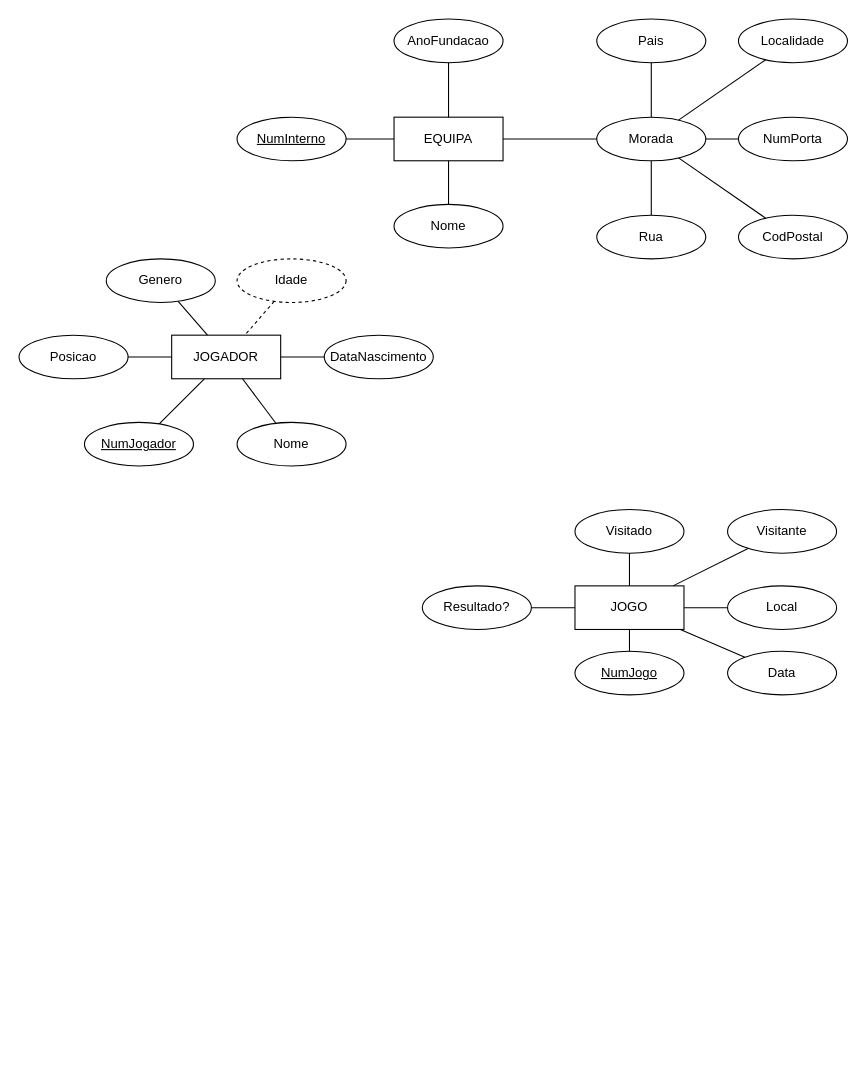
Before: Diagrama Equipas.drawio in a14469oficina/Diagrama, a draw.io diagram. Source tidied: cells renumbered, new cells numbered last; positions are measured from the earlier drawing's top-left corner, leaving out a move shared by most shapes. Both pictures are drawn from the tidied source at 109%, with x=0, y=0 at pixel (19, 19).
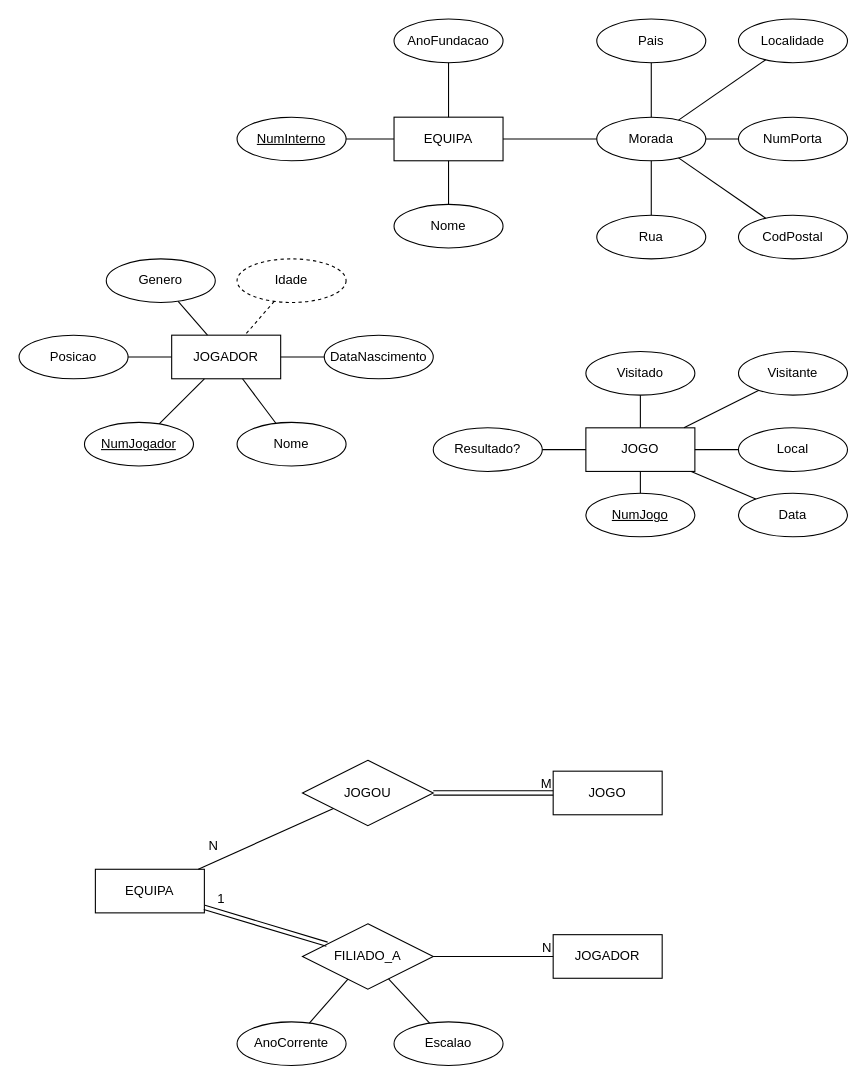
The same diagram, later.

Commit message:
Exercicio de diagramas tipo prova.drawio

What changed in the source:
```diff
@@
     <mxCell id="4" value="JOGO" style="whiteSpace=wrap;html=1;align=center;" parent="1" vertex="1">
-      <mxGeometry x="510" y="520" width="100" height="40" as="geometry" />
+      <mxGeometry x="520" y="375" width="100" height="40" as="geometry" />
     </mxCell>
@@
     <mxCell id="35" value="NumJogo" style="ellipse;whiteSpace=wrap;html=1;align=center;fontStyle=4;" parent="1" vertex="1">
-      <mxGeometry x="510" y="580" width="100" height="40" as="geometry" />
+      <mxGeometry x="520" y="435" width="100" height="40" as="geometry" />
     </mxCell>
@@
     <mxCell id="37" value="Data" style="ellipse;whiteSpace=wrap;html=1;align=center;" parent="1" vertex="1">
-      <mxGeometry x="650" y="580" width="100" height="40" as="geometry" />
+      <mxGeometry x="660" y="435" width="100" height="40" as="geometry" />
     </mxCell>
@@
     <mxCell id="39" value="Local" style="ellipse;whiteSpace=wrap;html=1;align=center;" parent="1" vertex="1">
-      <mxGeometry x="650" y="520" width="100" height="40" as="geometry" />
+      <mxGeometry x="660" y="375" width="100" height="40" as="geometry" />
     </mxCell>
@@
     <mxCell id="41" value="Visitado" style="ellipse;whiteSpace=wrap;html=1;align=center;" parent="1" vertex="1">
-      <mxGeometry x="510" y="450" width="100" height="40" as="geometry" />
+      <mxGeometry x="520" y="305" width="100" height="40" as="geometry" />
     </mxCell>
@@
     <mxCell id="43" value="Visitante" style="ellipse;whiteSpace=wrap;html=1;align=center;" parent="1" vertex="1">
-      <mxGeometry x="650" y="450" width="100" height="40" as="geometry" />
+      <mxGeometry x="660" y="305" width="100" height="40" as="geometry" />
     </mxCell>
@@
     <mxCell id="45" value="Resultado?" style="ellipse;whiteSpace=wrap;html=1;align=center;" parent="1" vertex="1">
-      <mxGeometry x="370" y="520" width="100" height="40" as="geometry" />
+      <mxGeometry x="380" y="375" width="100" height="40" as="geometry" />
     </mxCell>
@@
+    <mxCell id="47" value="JOGOU" style="shape=rhombus;perimeter=rhombusPerimeter;whiteSpace=wrap;html=1;align=center;" parent="1" vertex="1">
+      <mxGeometry x="260" y="680" width="120" height="60" as="geometry" />
+    </mxCell>
+    <mxCell id="48" value="EQUIPA" style="whiteSpace=wrap;html=1;align=center;" parent="1" vertex="1">
+      <mxGeometry x="70" y="780" width="100" height="40" as="geometry" />
+    </mxCell>
+    <mxCell id="49" value="JOGO" style="whiteSpace=wrap;html=1;align=center;" parent="1" vertex="1">
+      <mxGeometry x="490" y="690" width="100" height="40" as="geometry" />
+    </mxCell>
+    <mxCell id="50" value="FILIADO_A" style="shape=rhombus;perimeter=rhombusPerimeter;whiteSpace=wrap;html=1;align=center;" parent="1" vertex="1">
+      <mxGeometry x="260" y="830" width="120" height="60" as="geometry" />
+    </mxCell>
+    <mxCell id="51" value="JOGADOR" style="whiteSpace=wrap;html=1;align=center;" parent="1" vertex="1">
+      <mxGeometry x="490" y="840" width="100" height="40" as="geometry" />
+    </mxCell>
+    <mxCell id="52" value="AnoCorrente" style="ellipse;whiteSpace=wrap;html=1;align=center;" parent="1" vertex="1">
+      <mxGeometry x="200" y="920" width="100" height="40" as="geometry" />
+    </mxCell>
+    <mxCell id="53" value="Escalao" style="ellipse;whiteSpace=wrap;html=1;align=center;" parent="1" vertex="1">
+      <mxGeometry x="344" y="920" width="100" height="40" as="geometry" />
+    </mxCell>
+    <mxCell id="54" style="endArrow=none;html=1;rounded=0;" parent="1" edge="1" source="52" target="50">
+      <mxGeometry relative="1" as="geometry" />
+    </mxCell>
+    <mxCell id="55" style="endArrow=none;html=1;rounded=0;" parent="1" edge="1" source="50" target="53">
+      <mxGeometry relative="1" as="geometry" />
+    </mxCell>
+    <mxCell id="56" style="shape=link;html=1;rounded=0;" parent="1" edge="1" source="47" target="49">
+      <mxGeometry relative="1" as="geometry" />
+    </mxCell>
+    <mxCell id="57" value="M" style="html=1;whiteSpace=wrap;align=right;verticalAlign=bottom;" parent="56" vertex="1">
+      <mxGeometry x="1" relative="1" as="geometry" />
+    </mxCell>
+    <mxCell id="58" style="endArrow=none;html=1;rounded=0;" parent="1" edge="1" source="50" target="51">
+      <mxGeometry relative="1" as="geometry" />
+    </mxCell>
+    <mxCell id="59" value="N" style="html=1;whiteSpace=wrap;align=right;verticalAlign=bottom;" parent="58" vertex="1">
+      <mxGeometry x="1" relative="1" as="geometry" />
+    </mxCell>
+    <mxCell id="60" style="shape=link;html=1;rounded=0;" parent="1" edge="1" source="50" target="48">
+      <mxGeometry relative="1" as="geometry" />
+    </mxCell>
+    <mxCell id="61" value="1" style="html=1;whiteSpace=wrap;align=right;verticalAlign=bottom;" parent="60" vertex="1">
+      <mxGeometry x="1" relative="1" as="geometry">
+        <mxPoint x="20" as="offset" />
+      </mxGeometry>
+    </mxCell>
+    <mxCell id="62" style="endArrow=none;html=1;rounded=0;" parent="1" edge="1" source="47" target="48">
+      <mxGeometry relative="1" as="geometry" />
+    </mxCell>
+    <mxCell id="63" value="N" style="html=1;whiteSpace=wrap;align=right;verticalAlign=bottom;" parent="62" vertex="1">
+      <mxGeometry x="1" relative="1" as="geometry">
+        <mxPoint x="20" y="-13" as="offset" />
+      </mxGeometry>
+    </mxCell>
```
